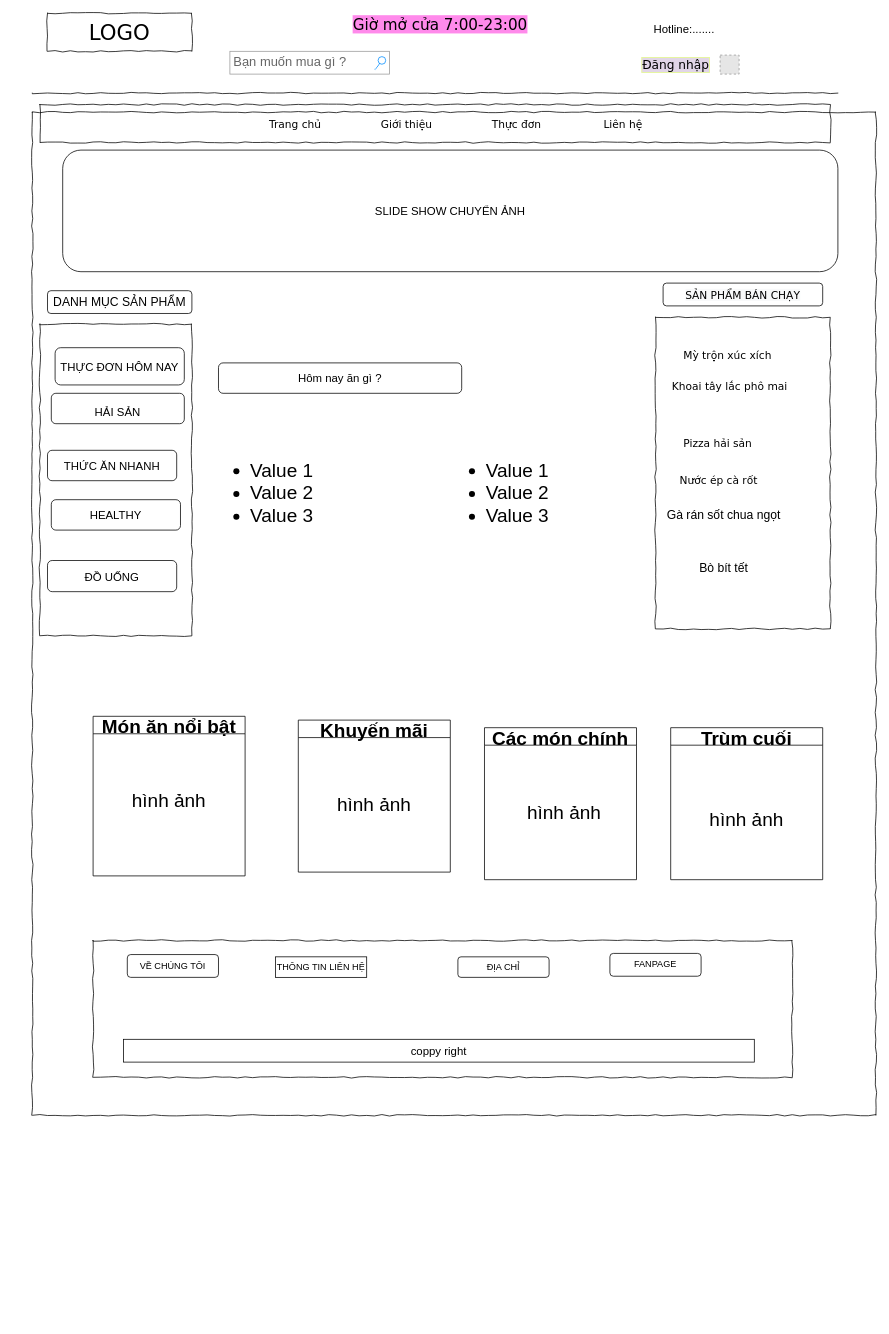
Luv-diuuu/Luv-diuuu keeps this draw.io diagram as Untitled Diagram.drawio. Above is the earlier version. Source tidied: cells renumbered, new cells numbered last; positions are measured from the earlier drawing's top-left corner, leaving out a move shared by most shapes. Both pictures are drawn from the tidied source at 76%, with x=0, y=0 at pixel (32, 13). Pictures stored in the file or linked from it are replaced by grey dashed boxes.
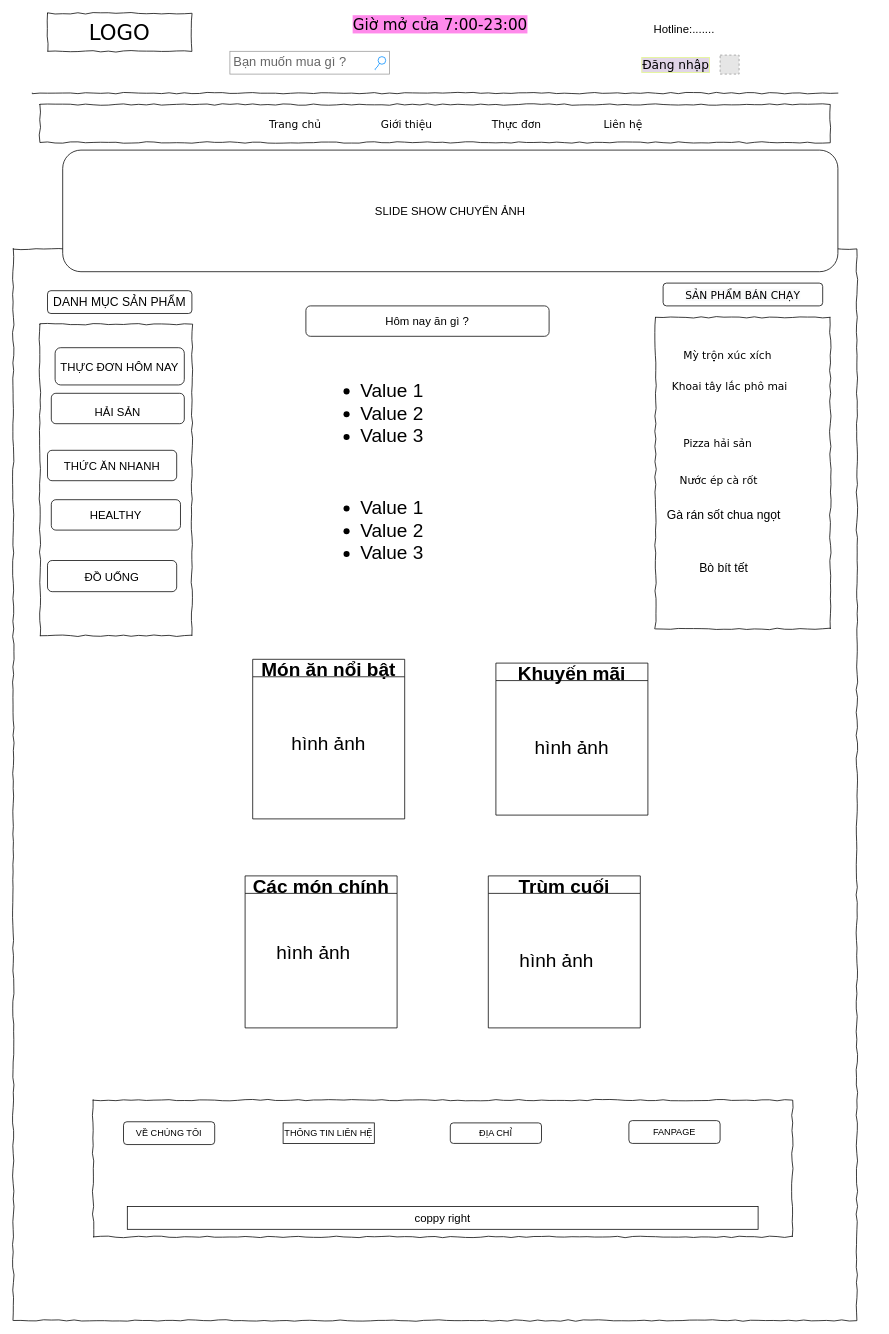
Above is the later version.

Diff of the diagram source:
```diff
@@
     <mxCell id="2" style="whiteSpace=wrap;html=1;rounded=0;shadow=0;labelBackgroundColor=none;strokeColor=#000000;strokeWidth=1;fillColor=none;fontFamily=Verdana;fontSize=12;fontColor=#000000;align=center;comic=1;" parent="1" vertex="1">
-      <mxGeometry y="130" width="1110" height="1320" as="geometry" />
+      <mxGeometry x="-25" y="310" width="1110" height="1410" as="geometry" />
     </mxCell>
@@
     <mxCell id="14" value="&lt;div style=&quot;text-align: justify&quot;&gt;&lt;br&gt;&lt;/div&gt;" style="whiteSpace=wrap;html=1;rounded=0;shadow=0;labelBackgroundColor=none;strokeWidth=1;fillColor=none;fontFamily=Verdana;fontSize=12;align=center;verticalAlign=top;spacing=10;comic=1;" parent="1" vertex="1">
-      <mxGeometry x="80" y="1220" width="920" height="180" as="geometry" />
+      <mxGeometry x="80" y="1430" width="920" height="180" as="geometry" />
     </mxCell>
@@
     <mxCell id="20" value="THÔNG TIN LIÊN HỆ" style="rounded=0;whiteSpace=wrap;html=1;" parent="1" vertex="1">
-      <mxGeometry x="320" y="1241.5" width="120" height="27" as="geometry" />
+      <mxGeometry x="330" y="1460" width="120" height="27" as="geometry" />
     </mxCell>
     <mxCell id="21" value="ĐỊA CHỈ" style="rounded=1;whiteSpace=wrap;html=1;" parent="1" vertex="1">
-      <mxGeometry x="560" y="1241.5" width="120" height="27" as="geometry" />
+      <mxGeometry x="550" y="1460" width="120" height="27" as="geometry" />
     </mxCell>
     <mxCell id="22" value="FANPAGE" style="rounded=1;whiteSpace=wrap;html=1;" parent="1" vertex="1">
-      <mxGeometry x="760" y="1237" width="120" height="30" as="geometry" />
+      <mxGeometry x="785" y="1457" width="120" height="30" as="geometry" />
     </mxCell>
     <mxCell id="23" value="VỀ CHÚNG TÔI" style="rounded=1;whiteSpace=wrap;html=1;" parent="1" vertex="1">
-      <mxGeometry x="125" y="1238.5" width="120" height="30" as="geometry" />
+      <mxGeometry x="120" y="1458.5" width="120" height="30" as="geometry" />
     </mxCell>
@@
     <mxCell id="35" value="coppy right" style="rounded=0;whiteSpace=wrap;html=1;shadow=0;labelBackgroundColor=none;fontSize=15;" parent="1" vertex="1">
-      <mxGeometry x="120" y="1350" width="830" height="30" as="geometry" />
+      <mxGeometry x="125" y="1570" width="830" height="30" as="geometry" />
     </mxCell>
     <mxCell id="36" value="Hôm nay ăn gì ?" style="rounded=1;whiteSpace=wrap;html=1;shadow=0;labelBackgroundColor=none;fontSize=15;" parent="1" vertex="1">
-      <mxGeometry x="245" y="460" width="320" height="40" as="geometry" />
+      <mxGeometry x="360" y="385" width="320" height="40" as="geometry" />
     </mxCell>
     <mxCell id="37" value="&lt;ul&gt;&lt;li&gt;Value 1&lt;/li&gt;&lt;li&gt;Value 2&lt;/li&gt;&lt;li&gt;Value 3&lt;/li&gt;&lt;/ul&gt;" style="text;strokeColor=none;fillColor=none;html=1;whiteSpace=wrap;verticalAlign=middle;overflow=hidden;shadow=0;labelBackgroundColor=none;fontSize=25;" parent="1" vertex="1">
-      <mxGeometry x="245" y="540" width="540" height="180" as="geometry" />
+      <mxGeometry x="390" y="435" width="540" height="180" as="geometry" />
     </mxCell>
     <mxCell id="38" value="Món ăn nổi bật" style="swimlane;shadow=0;labelBackgroundColor=none;fontSize=25;" parent="1" vertex="1">
-      <mxGeometry x="80" y="925" width="200" height="210" as="geometry" />
+      <mxGeometry x="290" y="850" width="200" height="210" as="geometry" />
     </mxCell>
@@
     <mxCell id="40" value="Khuyến mãi" style="swimlane;shadow=0;labelBackgroundColor=none;fontSize=25;" parent="1" vertex="1">
-      <mxGeometry x="350" y="930" width="200" height="200" as="geometry" />
+      <mxGeometry x="610" y="855" width="200" height="200" as="geometry" />
     </mxCell>
@@
     <mxCell id="42" value="Các món chính" style="swimlane;shadow=0;labelBackgroundColor=none;fontSize=25;" parent="1" vertex="1">
-      <mxGeometry x="595" y="940" width="200" height="200" as="geometry" />
+      <mxGeometry x="280" y="1135" width="200" height="200" as="geometry" />
     </mxCell>
-    <mxCell id="43" value="hình ảnh" style="text;html=1;strokeColor=none;fillColor=none;align=center;verticalAlign=middle;whiteSpace=wrap;rounded=0;shadow=0;labelBackgroundColor=none;fontSize=25;" parent="1" vertex="1">
-      <mxGeometry x="640" y="1040" width="120" height="20" as="geometry" />
+    <mxCell id="43" value="hình ảnh" style="text;html=1;strokeColor=none;fillColor=none;align=center;verticalAlign=middle;whiteSpace=wrap;rounded=0;shadow=0;labelBackgroundColor=none;fontSize=25;" parent="42" vertex="1">
+      <mxGeometry x="30" y="90" width="120" height="20" as="geometry" />
     </mxCell>
     <mxCell id="44" value="Trùm cuối" style="swimlane;shadow=0;labelBackgroundColor=none;fontSize=25;" parent="1" vertex="1">
-      <mxGeometry x="840" y="940" width="200" height="200" as="geometry" />
+      <mxGeometry x="600" y="1135" width="200" height="200" as="geometry" />
     </mxCell>
-    <mxCell id="45" value="hình ảnh" style="text;html=1;strokeColor=none;fillColor=none;align=center;verticalAlign=middle;whiteSpace=wrap;rounded=0;shadow=0;labelBackgroundColor=none;fontSize=25;" parent="1" vertex="1">
-      <mxGeometry x="880" y="1050" width="120" height="20" as="geometry" />
+    <mxCell id="45" value="hình ảnh" style="text;html=1;strokeColor=none;fillColor=none;align=center;verticalAlign=middle;whiteSpace=wrap;rounded=0;shadow=0;labelBackgroundColor=none;fontSize=25;" parent="44" vertex="1">
+      <mxGeometry x="30" y="100" width="120" height="20" as="geometry" />
     </mxCell>
     <mxCell id="46" value="&lt;ul&gt;&lt;li&gt;Value 1&lt;/li&gt;&lt;li&gt;Value 2&lt;/li&gt;&lt;li&gt;Value 3&lt;/li&gt;&lt;/ul&gt;" style="text;strokeColor=none;fillColor=none;html=1;whiteSpace=wrap;verticalAlign=middle;overflow=hidden;shadow=0;labelBackgroundColor=none;fontSize=25;" parent="1" vertex="1">
-      <mxGeometry x="555" y="555" width="230" height="150" as="geometry" />
+      <mxGeometry x="390" y="604" width="230" height="150" as="geometry" />
     </mxCell>
```
